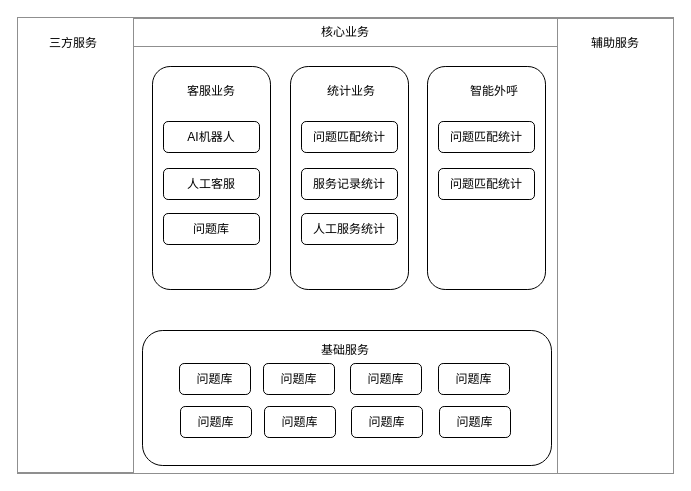
ammengke/my-drawio keeps this draw.io diagram as 客服业务架构.drawio. Above is the earlier version. Source tidied: cells renumbered, new cells numbered last; positions are measured from the earlier drawing's top-left corner, leaving out a move shared by most shapes. Both pictures are drawn from the tidied source at 100%, with x=0, y=0 at pixel (17, 17).
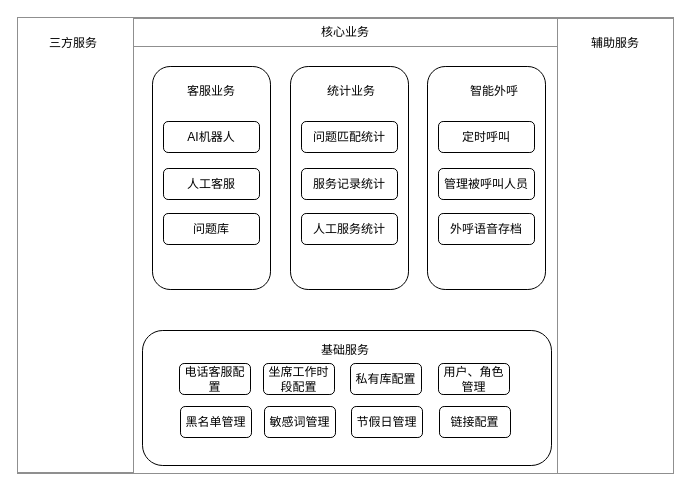
Above is the later version.

Commit message (it also covers changes not shown here):
更新客服业务架构.drawio

Diff of the diagram source:
```diff
@@
-    <mxCell id="21" value="问题匹配统计" style="rounded=1;whiteSpace=wrap;html=1;" parent="1" vertex="1">
+    <mxCell id="21" value="定时呼叫" style="rounded=1;whiteSpace=wrap;html=1;" parent="1" vertex="1">
       <mxGeometry x="421" y="104" width="96" height="31" as="geometry" />
     </mxCell>
-    <mxCell id="22" value="问题匹配统计" style="rounded=1;whiteSpace=wrap;html=1;" parent="1" vertex="1">
+    <mxCell id="22" value="管理被呼叫人员" style="rounded=1;whiteSpace=wrap;html=1;" parent="1" vertex="1">
       <mxGeometry x="421" y="151" width="96" height="31" as="geometry" />
     </mxCell>
@@
-    <mxCell id="24" value="问题库" style="rounded=1;whiteSpace=wrap;html=1;" parent="1" vertex="1">
+    <mxCell id="24" value="电话客服配置" style="rounded=1;whiteSpace=wrap;html=1;" parent="1" vertex="1">
       <mxGeometry x="162" y="346" width="71" height="31" as="geometry" />
     </mxCell>
-    <mxCell id="25" value="问题库" style="rounded=1;whiteSpace=wrap;html=1;" parent="1" vertex="1">
+    <mxCell id="25" value="坐席工作时段配置" style="rounded=1;whiteSpace=wrap;html=1;" parent="1" vertex="1">
       <mxGeometry x="246" y="346" width="71" height="31" as="geometry" />
     </mxCell>
-    <mxCell id="26" value="问题库" style="rounded=1;whiteSpace=wrap;html=1;" parent="1" vertex="1">
+    <mxCell id="26" value="私有库配置" style="rounded=1;whiteSpace=wrap;html=1;" parent="1" vertex="1">
       <mxGeometry x="333" y="346" width="71" height="31" as="geometry" />
     </mxCell>
-    <mxCell id="27" value="问题库" style="rounded=1;whiteSpace=wrap;html=1;" parent="1" vertex="1">
+    <mxCell id="27" value="用户、角色管理" style="rounded=1;whiteSpace=wrap;html=1;" parent="1" vertex="1">
       <mxGeometry x="421" y="346" width="71" height="31" as="geometry" />
     </mxCell>
-    <mxCell id="28" value="问题库" style="rounded=1;whiteSpace=wrap;html=1;" parent="1" vertex="1">
+    <mxCell id="28" value="黑名单管理" style="rounded=1;whiteSpace=wrap;html=1;" parent="1" vertex="1">
       <mxGeometry x="163" y="389" width="71" height="31" as="geometry" />
     </mxCell>
-    <mxCell id="29" value="问题库" style="rounded=1;whiteSpace=wrap;html=1;" parent="1" vertex="1">
+    <mxCell id="29" value="敏感词管理" style="rounded=1;whiteSpace=wrap;html=1;" parent="1" vertex="1">
       <mxGeometry x="247" y="389" width="71" height="31" as="geometry" />
     </mxCell>
-    <mxCell id="30" value="问题库" style="rounded=1;whiteSpace=wrap;html=1;" parent="1" vertex="1">
+    <mxCell id="30" value="节假日管理" style="rounded=1;whiteSpace=wrap;html=1;" parent="1" vertex="1">
       <mxGeometry x="334" y="389" width="71" height="31" as="geometry" />
     </mxCell>
-    <mxCell id="31" value="问题库" style="rounded=1;whiteSpace=wrap;html=1;" parent="1" vertex="1">
+    <mxCell id="31" value="链接配置" style="rounded=1;whiteSpace=wrap;html=1;" parent="1" vertex="1">
       <mxGeometry x="422" y="389" width="71" height="31" as="geometry" />
     </mxCell>
+    <mxCell id="32" value="外呼语音存档" style="rounded=1;whiteSpace=wrap;html=1;" parent="1" vertex="1">
+      <mxGeometry x="421" y="196" width="96" height="31" as="geometry" />
+    </mxCell>
```
